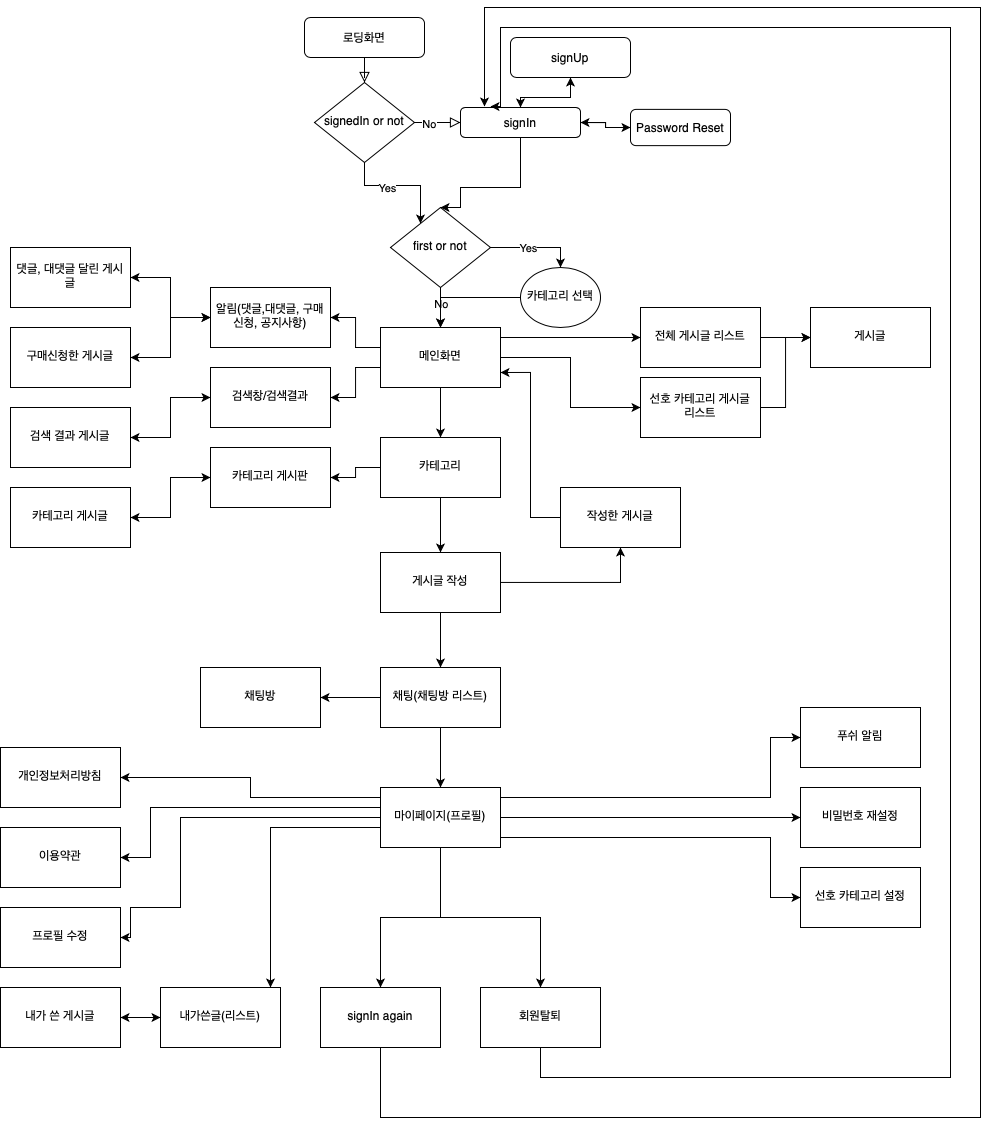
Earlier version of the draw.io export pdf/h_safari.png (coolgogi/H-Safari). Source tidied: cells renumbered, new cells last; positions are measured from the earlier drawing's top-left corner, leaving out a move shared by most shapes.
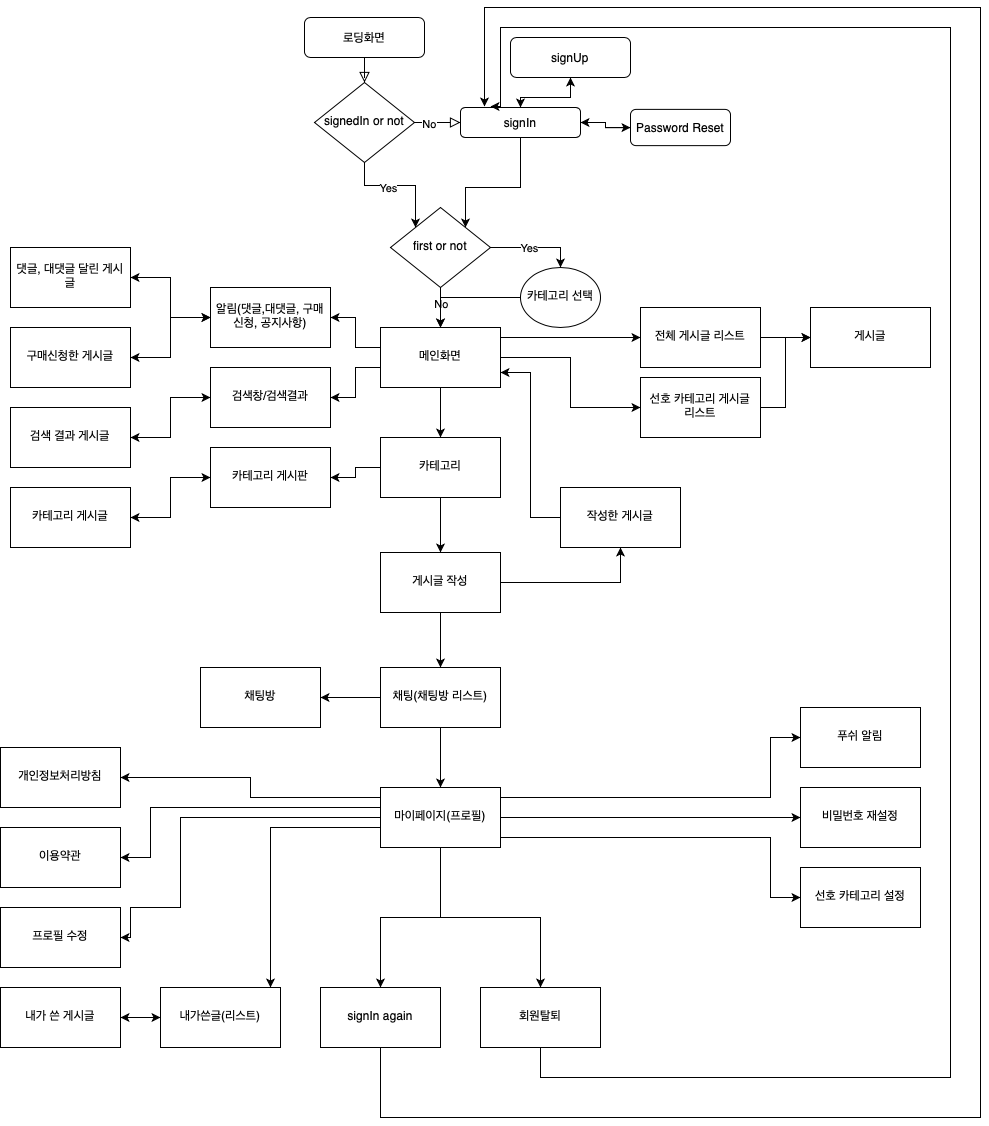
After the change.

Diff of the diagram source:
```diff
@@ -14,11 +14,11 @@
     <mxCell id="5" value="No" style="edgeLabel;html=1;align=center;verticalAlign=middle;" parent="4" vertex="1">
       <mxGeometry x="-0.39" y="-1" relative="1" as="geometry" />
     </mxCell>
-    <mxCell id="6" style="edgeStyle=orthogonalEdgeStyle;rounded=0;jettySize=auto;html=1;" parent="1" edge="1" source="8" target="21">
+    <mxCell id="6" style="edgeStyle=orthogonalEdgeStyle;rounded=0;jettySize=auto;html=1;entryX=0;entryY=0;entryDx=0;entryDy=0;" parent="1" edge="1" source="8" target="21">
       <mxGeometry relative="1" as="geometry">
         <Array as="points">
           <mxPoint x="364" y="178" />
-          <mxPoint x="420" y="178" />
+          <mxPoint x="415" y="178" />
         </Array>
       </mxGeometry>
     </mxCell>
@@ -39,12 +39,11 @@
     <mxCell id="10" style="edgeStyle=orthogonalEdgeStyle;rounded=0;jettySize=auto;html=1;" parent="1" edge="1" source="12" target="16">
       <mxGeometry relative="1" as="geometry" />
     </mxCell>
-    <mxCell id="11" style="edgeStyle=orthogonalEdgeStyle;rounded=0;jettySize=auto;html=1;entryX=0.5;entryY=0;entryDx=0;entryDy=0;" parent="1" edge="1" source="12" target="21">
+    <mxCell id="11" style="edgeStyle=orthogonalEdgeStyle;rounded=0;jettySize=auto;html=1;entryX=1;entryY=0;entryDx=0;entryDy=0;" parent="1" edge="1" source="12" target="21">
       <mxGeometry relative="1" as="geometry">
         <Array as="points">
           <mxPoint x="520" y="180" />
-          <mxPoint x="460" y="180" />
-          <mxPoint x="460" y="200" />
+          <mxPoint x="465" y="180" />
         </Array>
       </mxGeometry>
     </mxCell>
```
